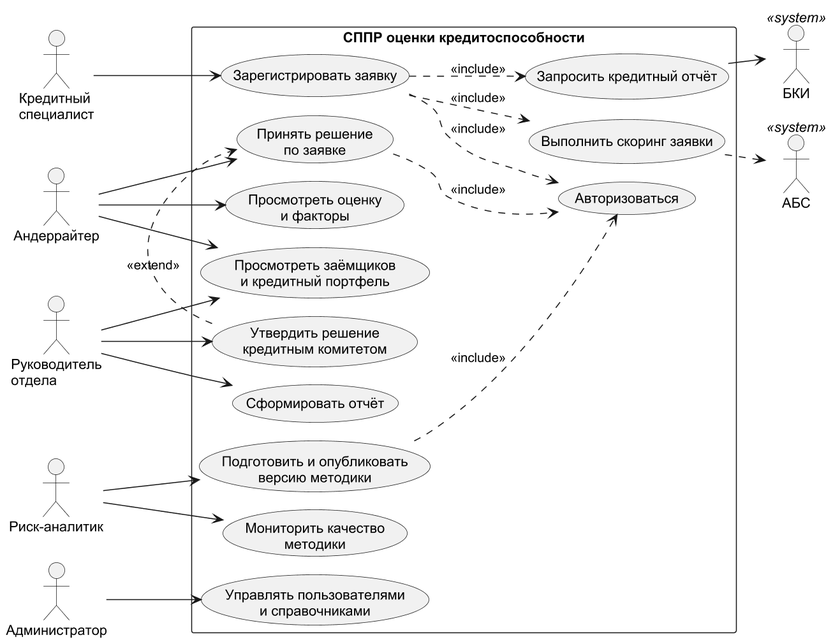
Earlier version of the PlantUML export diagrams/uml_usecase.png (DarkSwordman999/credit-scoring-dss).
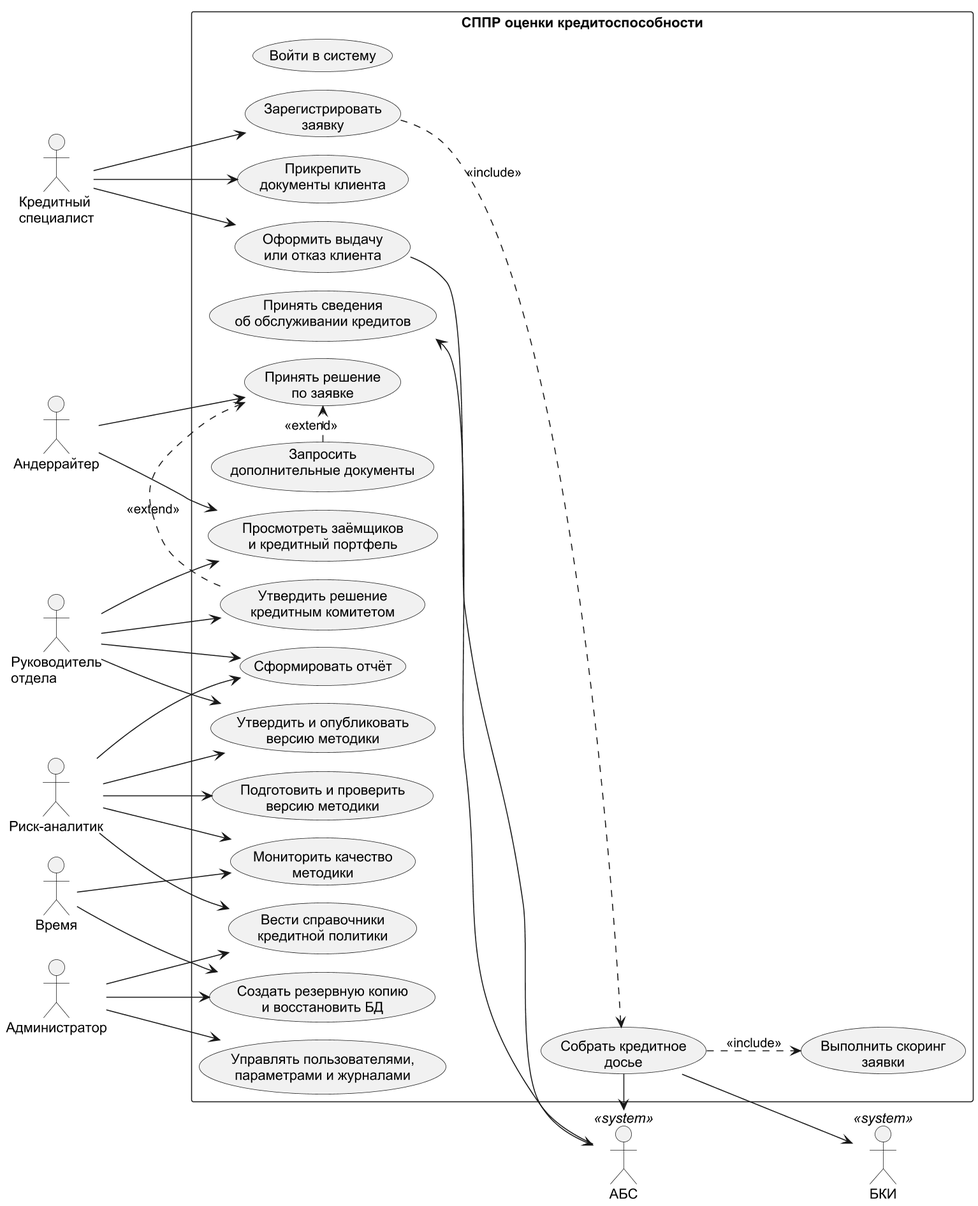
Later version of the same file.

The edit, as a diff of the source:
```diff
@@ -5,43 +5,60 @@
 skinparam shadowing false
 skinparam monochrome true
 left to right direction
+skinparam packageStyle rectangle
 actor "Кредитный\nспециалист" as KS
 actor "Андеррайтер" as UW
 actor "Руководитель\nотдела" as HD
 actor "Риск-аналитик" as RA
 actor "Администратор" as AD
+actor "Время" as TM
 actor "БКИ" as BKI <<system>>
 actor "АБС" as ABS <<system>>
 rectangle "СППР оценки кредитоспособности" {
-  usecase "Авторизоваться" as U0
-  usecase "Зарегистрировать заявку" as U1
-  usecase "Запросить кредитный отчёт" as U2
-  usecase "Выполнить скоринг заявки" as U3
-  usecase "Просмотреть оценку\nи факторы" as U4
-  usecase "Принять решение\nпо заявке" as U5
-  usecase "Утвердить решение\nкредитным комитетом" as U6
-  usecase "Подготовить и опубликовать\nверсию методики" as U7
-  usecase "Мониторить качество\nметодики" as U8
-  usecase "Сформировать отчёт" as U9
-  usecase "Управлять пользователями\nи справочниками" as U10
-  usecase "Просмотреть заёмщиков\nи кредитный портфель" as U11
+  usecase "Войти в систему" as U0
+  usecase "Зарегистрировать\nзаявку" as U1
+  usecase "Прикрепить\nдокументы клиента" as U2
+  usecase "Собрать кредитное\nдосье" as U3
+  usecase "Выполнить скоринг\nзаявки" as U5
+  usecase "Принять решение\nпо заявке" as U6
+  usecase "Запросить\nдополнительные документы" as U7
+  usecase "Утвердить решение\nкредитным комитетом" as U8
+  usecase "Оформить выдачу\nили отказ клиента" as U9
+  usecase "Подготовить и проверить\nверсию методики" as U10
+  usecase "Утвердить и опубликовать\nверсию методики" as U11
+  usecase "Мониторить качество\nметодики" as U12
+  usecase "Принять сведения\nоб обслуживании кредитов" as U13
+  usecase "Сформировать отчёт" as U14
+  usecase "Просмотреть заёмщиков\nи кредитный портфель" as U15
+  usecase "Вести справочники\nкредитной политики" as U16
+  usecase "Управлять пользователями,\nпараметрами и журналами" as U17
+  usecase "Создать резервную копию\nи восстановить БД" as U19
 }
 KS --> U1
-UW --> U4
-UW --> U5
-HD --> U6
-HD --> U9
-RA --> U7
-RA --> U8
-AD --> U10
+KS --> U2
+KS --> U9
+UW --> U6
+HD --> U8
+RA --> U10
 HD --> U11
-UW --> U11
-U1 ..> U2 : <<include>>
+RA --> U11
+RA --> U12
+TM --> U12
+HD --> U14
+RA --> U14
+HD --> U15
+UW --> U15
+RA --> U16
+AD --> U16
+AD --> U17
+AD --> U19
+TM --> U19
 U1 ..> U3 : <<include>>
-U2 --> BKI
-U3 ..> ABS
-U6 .> U5 : <<extend>>
-U1 ..> U0 : <<include>>
-U5 ..> U0 : <<include>>
-U7 ..> U0 : <<include>>
+U3 ..> U5 : <<include>>
+U7 .> U6 : <<extend>>
+U8 .> U6 : <<extend>>
+U3 --> BKI
+U3 --> ABS
+U9 --> ABS
+ABS --> U13
 @enduml
```
